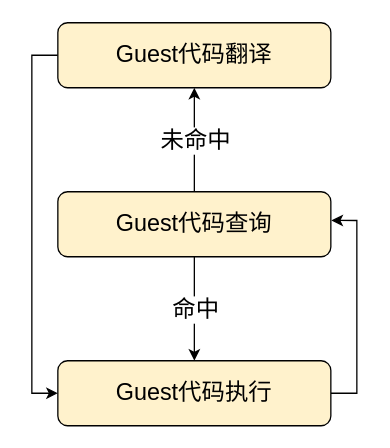
Above: page "基本块的查找与翻译" (10 of 20) of lajit.drawio in ganjue66da/ganjue66da (draw.io), before the change. Source tidied: cells renumbered, new cells numbered last; positions are measured from the earlier drawing's top-left corner, leaving out a move shared by most shapes. Both pictures are drawn from the tidied source at 130%, with x=0, y=0 at pixel (57, 22).
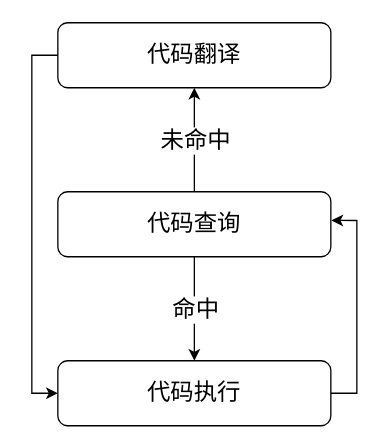
Above is the later version.

Diff of the diagram source:
```diff
@@
 <mxGraphModel>
   <root>
     <mxCell id="0" />
     <mxCell id="1" parent="0" />
     <mxCell id="2" style="edgeStyle=orthogonalEdgeStyle;rounded=0;jettySize=auto;html=1;exitX=0;exitY=0.5;exitDx=0;exitDy=0;entryX=0;entryY=0.5;entryDx=0;entryDy=0;fontSize=18;" parent="1" edge="1" source="3" target="6">
       <mxGeometry relative="1" as="geometry" />
     </mxCell>
-    <mxCell id="3" value="Guest代码翻译" style="rounded=1;whiteSpace=wrap;html=1;fontSize=18;fillColor=#FFF2CC;" parent="1" vertex="1">
+    <mxCell id="3" value="代码翻译" style="rounded=1;whiteSpace=wrap;html=1;fontSize=18;fillColor=none;" parent="1" vertex="1">
       <mxGeometry width="210" height="50" as="geometry" />
     </mxCell>
-    <mxCell id="4" value="Guest代码查询" style="rounded=1;whiteSpace=wrap;html=1;fontSize=18;fillColor=#FFF2CC;" parent="1" vertex="1">
+    <mxCell id="4" value="代码查询" style="rounded=1;whiteSpace=wrap;html=1;fontSize=18;fillColor=none;" parent="1" vertex="1">
       <mxGeometry y="130" width="210" height="50" as="geometry" />
     </mxCell>
     <mxCell id="5" style="edgeStyle=orthogonalEdgeStyle;rounded=0;jettySize=auto;html=1;exitX=1;exitY=0.5;exitDx=0;exitDy=0;entryX=1.002;entryY=0.441;entryDx=0;entryDy=0;entryPerimeter=0;fontSize=18;" parent="1" edge="1" source="6" target="4">
       <mxGeometry relative="1" as="geometry" />
     </mxCell>
-    <mxCell id="6" value="Guest代码执行" style="rounded=1;whiteSpace=wrap;html=1;fontSize=18;fillColor=#FFF2CC;" parent="1" vertex="1">
+    <mxCell id="6" value="代码执行" style="rounded=1;whiteSpace=wrap;html=1;fontSize=18;fillColor=none;" parent="1" vertex="1">
       <mxGeometry y="260" width="210" height="50" as="geometry" />
     </mxCell>
     <mxCell id="7" style="endArrow=classic;html=1;rounded=0;fontSize=18;exitX=0.5;exitY=0;exitDx=0;exitDy=0;entryX=0.5;entryY=1;entryDx=0;entryDy=0;" parent="1" edge="1" source="4" target="3">
       <mxGeometry relative="1" as="geometry" />
     </mxCell>
     <mxCell id="8" value="未命中" style="edgeLabel;html=1;align=center;verticalAlign=middle;fontSize=18;fillColor=#EA6B66;" parent="7" vertex="1">
       <mxGeometry relative="1" as="geometry" />
     </mxCell>
     <mxCell id="9" style="endArrow=classic;html=1;rounded=0;fontSize=18;exitX=0.5;exitY=1;exitDx=0;exitDy=0;" parent="1" edge="1" source="4" target="6">
       <mxGeometry relative="1" as="geometry" />
     </mxCell>
     <mxCell id="10" value="命中" style="edgeLabel;html=1;align=center;verticalAlign=middle;fontSize=18;fillColor=#FFF2CC;" parent="9" vertex="1">
       <mxGeometry relative="1" as="geometry" />
     </mxCell>
   </root>
 </mxGraphModel>
```
